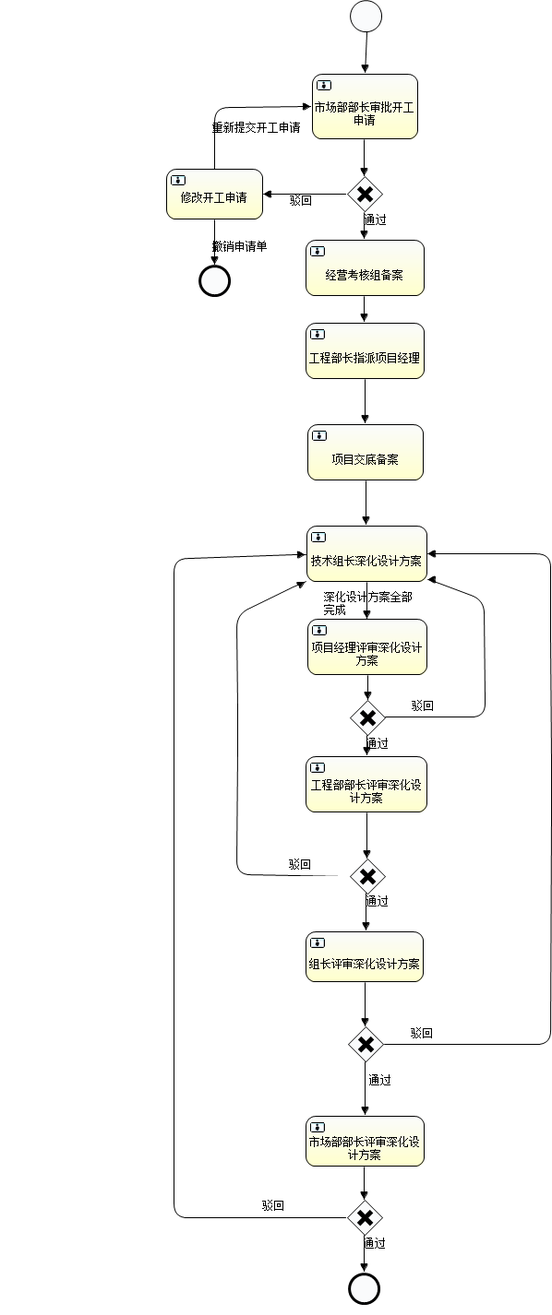
Before: src/main/resources/diagrams/StartProcess.png, a diagram exported from BPMN (puma0/Huayu). Its source is kept beside it as src/main/resources/diagrams/StartProcess.bpmn. Ids are renumbered.
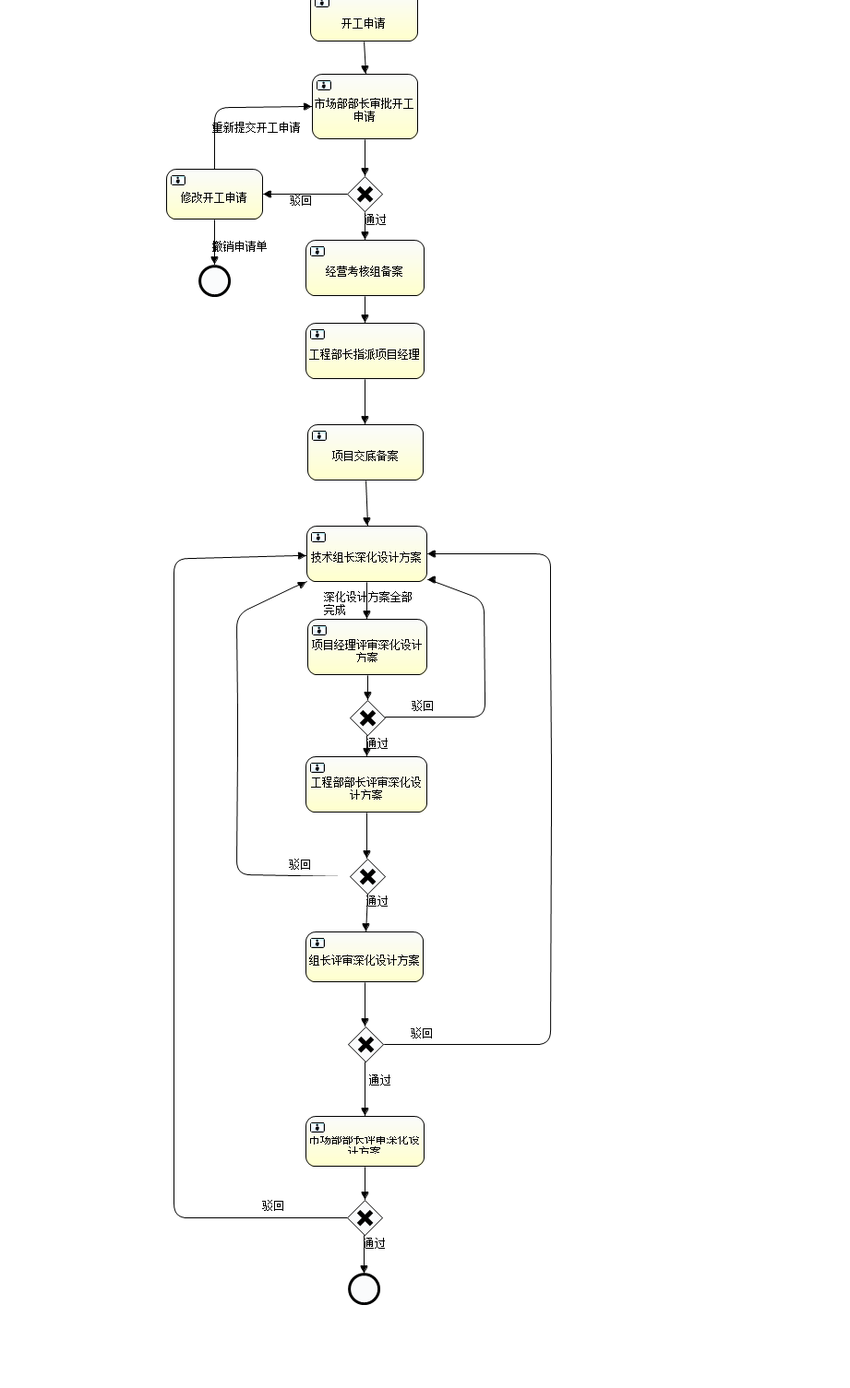
The same diagram one commit later.

Diff of the diagram source:
```diff
@@ -16,7 +16,6 @@
     <userTask id="usertask10" name="市场部部长评审深化设计方案"></userTask>
     <exclusiveGateway id="exclusivegateway4" name="Exclusive Gateway"></exclusiveGateway>
     <endEvent id="endevent1" name="End"></endEvent>
-    <sequenceFlow id="flow1" sourceRef="startevent1" targetRef="usertask1"></sequenceFlow>
     <sequenceFlow id="flow2" sourceRef="usertask1" targetRef="exclusivegateway1"></sequenceFlow>
     <sequenceFlow id="flow3" name="通过" sourceRef="exclusivegateway1" targetRef="usertask3"></sequenceFlow>
     <sequenceFlow id="flow4" sourceRef="usertask3" targetRef="usertask4"></sequenceFlow>
@@ -40,204 +39,214 @@
     <sequenceFlow id="flow21" name="驳回" sourceRef="exclusivegateway2" targetRef="usertask6"></sequenceFlow>
     <sequenceFlow id="flow22" name="驳回" sourceRef="exclusivegateway3" targetRef="usertask6"></sequenceFlow>
     <sequenceFlow id="flow23" name="驳回" sourceRef="exclusivegateway4" targetRef="usertask6"></sequenceFlow>
+    <userTask id="start" name="开工申请" activiti:assignee="${inputUser}"></userTask>
+    <sequenceFlow id="flow24" sourceRef="startevent1" targetRef="start"></sequenceFlow>
+    <sequenceFlow id="flow25" sourceRef="start" targetRef="usertask1"></sequenceFlow>
   </process>
   <bpmndi:BPMNDiagram id="BPMNDiagram_myProcess">
     <bpmndi:BPMNPlane bpmnElement="myProcess" id="BPMNPlane_myProcess">
       <bpmndi:BPMNShape bpmnElement="startevent1" id="BPMNShape_startevent1">
-        <omgdc:Bounds height="35.0" width="35.0" x="379.0" y="0.0"></omgdc:Bounds>
+        <omgdc:Bounds height="35.0" width="35.0" x="377.0" y="1.0"></omgdc:Bounds>
       </bpmndi:BPMNShape>
       <bpmndi:BPMNShape bpmnElement="usertask1" id="BPMNShape_usertask1">
-        <omgdc:Bounds height="71.0" width="115.0" x="338.0" y="80.0"></omgdc:Bounds>
+        <omgdc:Bounds height="71.0" width="115.0" x="338.0" y="161.0"></omgdc:Bounds>
       </bpmndi:BPMNShape>
       <bpmndi:BPMNShape bpmnElement="usertask2" id="BPMNShape_usertask2">
-        <omgdc:Bounds height="55.0" width="105.0" x="180.0" y="183.0"></omgdc:Bounds>
+        <omgdc:Bounds height="55.0" width="105.0" x="180.0" y="264.0"></omgdc:Bounds>
       </bpmndi:BPMNShape>
       <bpmndi:BPMNShape bpmnElement="exclusivegateway1" id="BPMNShape_exclusivegateway1">
-        <omgdc:Bounds height="40.0" width="40.0" x="375.0" y="190.0"></omgdc:Bounds>
+        <omgdc:Bounds height="40.0" width="40.0" x="375.0" y="271.0"></omgdc:Bounds>
       </bpmndi:BPMNShape>
       <bpmndi:BPMNShape bpmnElement="usertask3" id="BPMNShape_usertask3">
-        <omgdc:Bounds height="61.0" width="129.0" x="331.0" y="260.0"></omgdc:Bounds>
+        <omgdc:Bounds height="61.0" width="129.0" x="331.0" y="341.0"></omgdc:Bounds>
       </bpmndi:BPMNShape>
       <bpmndi:BPMNShape bpmnElement="usertask4" id="BPMNShape_usertask4">
-        <omgdc:Bounds height="61.0" width="129.0" x="331.0" y="350.0"></omgdc:Bounds>
+        <omgdc:Bounds height="61.0" width="129.0" x="331.0" y="431.0"></omgdc:Bounds>
       </bpmndi:BPMNShape>
       <bpmndi:BPMNShape bpmnElement="usertask5" id="BPMNShape_usertask5">
-        <omgdc:Bounds height="61.0" width="126.0" x="333.0" y="460.0"></omgdc:Bounds>
+        <omgdc:Bounds height="61.0" width="126.0" x="333.0" y="541.0"></omgdc:Bounds>
       </bpmndi:BPMNShape>
       <bpmndi:BPMNShape bpmnElement="usertask6" id="BPMNShape_usertask6">
-        <omgdc:Bounds height="61.0" width="131.0" x="332.0" y="570.0"></omgdc:Bounds>
+        <omgdc:Bounds height="61.0" width="131.0" x="332.0" y="651.0"></omgdc:Bounds>
       </bpmndi:BPMNShape>
       <bpmndi:BPMNShape bpmnElement="usertask7" id="BPMNShape_usertask7">
-        <omgdc:Bounds height="61.0" width="130.0" x="333.0" y="671.0"></omgdc:Bounds>
+        <omgdc:Bounds height="61.0" width="130.0" x="333.0" y="752.0"></omgdc:Bounds>
       </bpmndi:BPMNShape>
       <bpmndi:BPMNShape bpmnElement="usertask8" id="BPMNShape_usertask8">
-        <omgdc:Bounds height="61.0" width="132.0" x="331.0" y="820.0"></omgdc:Bounds>
+        <omgdc:Bounds height="61.0" width="132.0" x="331.0" y="901.0"></omgdc:Bounds>
       </bpmndi:BPMNShape>
       <bpmndi:BPMNShape bpmnElement="exclusivegateway2" id="BPMNShape_exclusivegateway2">
-        <omgdc:Bounds height="40.0" width="40.0" x="378.0" y="930.0"></omgdc:Bounds>
+        <omgdc:Bounds height="40.0" width="40.0" x="378.0" y="1011.0"></omgdc:Bounds>
       </bpmndi:BPMNShape>
       <bpmndi:BPMNShape bpmnElement="usertask9" id="BPMNShape_usertask9">
-        <omgdc:Bounds height="55.0" width="128.0" x="331.0" y="1010.0"></omgdc:Bounds>
+        <omgdc:Bounds height="55.0" width="128.0" x="331.0" y="1091.0"></omgdc:Bounds>
       </bpmndi:BPMNShape>
       <bpmndi:BPMNShape bpmnElement="exclusivegateway3" id="BPMNShape_exclusivegateway3">
-        <omgdc:Bounds height="40.0" width="40.0" x="376.0" y="1112.0"></omgdc:Bounds>
+        <omgdc:Bounds height="40.0" width="40.0" x="376.0" y="1193.0"></omgdc:Bounds>
       </bpmndi:BPMNShape>
       <bpmndi:BPMNShape bpmnElement="usertask10" id="BPMNShape_usertask10">
-        <omgdc:Bounds height="55.0" width="129.0" x="331.0" y="1210.0"></omgdc:Bounds>
+        <omgdc:Bounds height="55.0" width="129.0" x="331.0" y="1291.0"></omgdc:Bounds>
       </bpmndi:BPMNShape>
       <bpmndi:BPMNShape bpmnElement="exclusivegateway4" id="BPMNShape_exclusivegateway4">
-        <omgdc:Bounds height="40.0" width="40.0" x="375.0" y="1300.0"></omgdc:Bounds>
+        <omgdc:Bounds height="40.0" width="40.0" x="375.0" y="1381.0"></omgdc:Bounds>
       </bpmndi:BPMNShape>
       <bpmndi:BPMNShape bpmnElement="endevent1" id="BPMNShape_endevent1">
-        <omgdc:Bounds height="35.0" width="35.0" x="377.0" y="1380.0"></omgdc:Bounds>
+        <omgdc:Bounds height="35.0" width="35.0" x="377.0" y="1461.0"></omgdc:Bounds>
       </bpmndi:BPMNShape>
       <bpmndi:BPMNShape bpmnElement="endevent2" id="BPMNShape_endevent2">
-        <omgdc:Bounds height="35.0" width="35.0" x="215.0" y="287.0"></omgdc:Bounds>
+        <omgdc:Bounds height="35.0" width="35.0" x="215.0" y="368.0"></omgdc:Bounds>
       </bpmndi:BPMNShape>
       <bpmndi:BPMNShape bpmnElement="exclusivegateway5" id="BPMNShape_exclusivegateway5">
-        <omgdc:Bounds height="40.0" width="40.0" x="378.0" y="758.0"></omgdc:Bounds>
+        <omgdc:Bounds height="40.0" width="40.0" x="378.0" y="839.0"></omgdc:Bounds>
       </bpmndi:BPMNShape>
-      <bpmndi:BPMNEdge bpmnElement="flow1" id="BPMNEdge_flow1">
-        <omgdi:waypoint x="396.0" y="35.0"></omgdi:waypoint>
-        <omgdi:waypoint x="395.0" y="80.0"></omgdi:waypoint>
-      </bpmndi:BPMNEdge>
+      <bpmndi:BPMNShape bpmnElement="start" id="BPMNShape_start">
+        <omgdc:Bounds height="55.0" width="117.0" x="336.0" y="71.0"></omgdc:Bounds>
+      </bpmndi:BPMNShape>
       <bpmndi:BPMNEdge bpmnElement="flow2" id="BPMNEdge_flow2">
-        <omgdi:waypoint x="395.0" y="151.0"></omgdi:waypoint>
-        <omgdi:waypoint x="395.0" y="190.0"></omgdi:waypoint>
+        <omgdi:waypoint x="395.0" y="232.0"></omgdi:waypoint>
+        <omgdi:waypoint x="395.0" y="271.0"></omgdi:waypoint>
       </bpmndi:BPMNEdge>
       <bpmndi:BPMNEdge bpmnElement="flow3" id="BPMNEdge_flow3">
-        <omgdi:waypoint x="395.0" y="230.0"></omgdi:waypoint>
-        <omgdi:waypoint x="395.0" y="260.0"></omgdi:waypoint>
+        <omgdi:waypoint x="395.0" y="311.0"></omgdi:waypoint>
+        <omgdi:waypoint x="395.0" y="341.0"></omgdi:waypoint>
         <bpmndi:BPMNLabel>
-          <omgdc:Bounds height="14.0" width="100.0" x="395.0" y="230.0"></omgdc:Bounds>
+          <omgdc:Bounds height="14.0" width="24.0" x="395.0" y="311.0"></omgdc:Bounds>
         </bpmndi:BPMNLabel>
       </bpmndi:BPMNEdge>
       <bpmndi:BPMNEdge bpmnElement="flow4" id="BPMNEdge_flow4">
-        <omgdi:waypoint x="395.0" y="321.0"></omgdi:waypoint>
-        <omgdi:waypoint x="395.0" y="350.0"></omgdi:waypoint>
+        <omgdi:waypoint x="395.0" y="402.0"></omgdi:waypoint>
+        <omgdi:waypoint x="395.0" y="431.0"></omgdi:waypoint>
       </bpmndi:BPMNEdge>
       <bpmndi:BPMNEdge bpmnElement="flow5" id="BPMNEdge_flow5">
-        <omgdi:waypoint x="395.0" y="411.0"></omgdi:waypoint>
-        <omgdi:waypoint x="396.0" y="460.0"></omgdi:waypoint>
+        <omgdi:waypoint x="395.0" y="492.0"></omgdi:waypoint>
+        <omgdi:waypoint x="396.0" y="541.0"></omgdi:waypoint>
       </bpmndi:BPMNEdge>
       <bpmndi:BPMNEdge bpmnElement="flow6" id="BPMNEdge_flow6">
-        <omgdi:waypoint x="396.0" y="521.0"></omgdi:waypoint>
-        <omgdi:waypoint x="397.0" y="570.0"></omgdi:waypoint>
+        <omgdi:waypoint x="396.0" y="602.0"></omgdi:waypoint>
+        <omgdi:waypoint x="397.0" y="651.0"></omgdi:waypoint>
       </bpmndi:BPMNEdge>
       <bpmndi:BPMNEdge bpmnElement="flow7" id="BPMNEdge_flow7">
-        <omgdi:waypoint x="397.0" y="631.0"></omgdi:waypoint>
-        <omgdi:waypoint x="398.0" y="671.0"></omgdi:waypoint>
+        <omgdi:waypoint x="397.0" y="712.0"></omgdi:waypoint>
+        <omgdi:waypoint x="398.0" y="752.0"></omgdi:waypoint>
         <bpmndi:BPMNLabel>
-          <omgdc:Bounds height="42.0" width="100.0" x="351.0" y="639.0"></omgdc:Bounds>
+          <omgdc:Bounds height="42.0" width="100.0" x="351.0" y="720.0"></omgdc:Bounds>
         </bpmndi:BPMNLabel>
       </bpmndi:BPMNEdge>
       <bpmndi:BPMNEdge bpmnElement="flow9" id="BPMNEdge_flow9">
-        <omgdi:waypoint x="397.0" y="881.0"></omgdi:waypoint>
-        <omgdi:waypoint x="398.0" y="930.0"></omgdi:waypoint>
+        <omgdi:waypoint x="397.0" y="962.0"></omgdi:waypoint>
+        <omgdi:waypoint x="398.0" y="1011.0"></omgdi:waypoint>
       </bpmndi:BPMNEdge>
       <bpmndi:BPMNEdge bpmnElement="flow10" id="BPMNEdge_flow10">
-        <omgdi:waypoint x="398.0" y="970.0"></omgdi:waypoint>
-        <omgdi:waypoint x="395.0" y="1010.0"></omgdi:waypoint>
+        <omgdi:waypoint x="398.0" y="1051.0"></omgdi:waypoint>
+        <omgdi:waypoint x="395.0" y="1091.0"></omgdi:waypoint>
         <bpmndi:BPMNLabel>
-          <omgdc:Bounds height="14.0" width="100.0" x="398.0" y="970.0"></omgdc:Bounds>
+          <omgdc:Bounds height="14.0" width="24.0" x="398.0" y="1051.0"></omgdc:Bounds>
         </bpmndi:BPMNLabel>
       </bpmndi:BPMNEdge>
       <bpmndi:BPMNEdge bpmnElement="flow11" id="BPMNEdge_flow11">
-        <omgdi:waypoint x="395.0" y="1065.0"></omgdi:waypoint>
-        <omgdi:waypoint x="396.0" y="1112.0"></omgdi:waypoint>
+        <omgdi:waypoint x="395.0" y="1146.0"></omgdi:waypoint>
+        <omgdi:waypoint x="396.0" y="1193.0"></omgdi:waypoint>
       </bpmndi:BPMNEdge>
       <bpmndi:BPMNEdge bpmnElement="flow12" id="BPMNEdge_flow12">
-        <omgdi:waypoint x="396.0" y="1152.0"></omgdi:waypoint>
-        <omgdi:waypoint x="395.0" y="1210.0"></omgdi:waypoint>
+        <omgdi:waypoint x="396.0" y="1233.0"></omgdi:waypoint>
+        <omgdi:waypoint x="395.0" y="1291.0"></omgdi:waypoint>
         <bpmndi:BPMNLabel>
-          <omgdc:Bounds height="14.0" width="100.0" x="401.0" y="1163.0"></omgdc:Bounds>
+          <omgdc:Bounds height="14.0" width="24.0" x="401.0" y="1244.0"></omgdc:Bounds>
         </bpmndi:BPMNLabel>
       </bpmndi:BPMNEdge>
       <bpmndi:BPMNEdge bpmnElement="flow13" id="BPMNEdge_flow13">
-        <omgdi:waypoint x="395.0" y="1265.0"></omgdi:waypoint>
-        <omgdi:waypoint x="395.0" y="1300.0"></omgdi:waypoint>
+        <omgdi:waypoint x="395.0" y="1346.0"></omgdi:waypoint>
+        <omgdi:waypoint x="395.0" y="1381.0"></omgdi:waypoint>
       </bpmndi:BPMNEdge>
       <bpmndi:BPMNEdge bpmnElement="flow14" id="BPMNEdge_flow14">
-        <omgdi:waypoint x="395.0" y="1340.0"></omgdi:waypoint>
-        <omgdi:waypoint x="394.0" y="1380.0"></omgdi:waypoint>
+        <omgdi:waypoint x="395.0" y="1421.0"></omgdi:waypoint>
+        <omgdi:waypoint x="394.0" y="1461.0"></omgdi:waypoint>
         <bpmndi:BPMNLabel>
-          <omgdc:Bounds height="14.0" width="100.0" x="395.0" y="1340.0"></omgdc:Bounds>
+          <omgdc:Bounds height="14.0" width="24.0" x="395.0" y="1421.0"></omgdc:Bounds>
         </bpmndi:BPMNLabel>
       </bpmndi:BPMNEdge>
       <bpmndi:BPMNEdge bpmnElement="flow15" id="BPMNEdge_flow15">
-        <omgdi:waypoint x="375.0" y="210.0"></omgdi:waypoint>
-        <omgdi:waypoint x="285.0" y="210.0"></omgdi:waypoint>
+        <omgdi:waypoint x="375.0" y="291.0"></omgdi:waypoint>
+        <omgdi:waypoint x="285.0" y="291.0"></omgdi:waypoint>
         <bpmndi:BPMNLabel>
-          <omgdc:Bounds height="14.0" width="100.0" x="315.0" y="210.0"></omgdc:Bounds>
+          <omgdc:Bounds height="14.0" width="24.0" x="315.0" y="291.0"></omgdc:Bounds>
         </bpmndi:BPMNLabel>
       </bpmndi:BPMNEdge>
       <bpmndi:BPMNEdge bpmnElement="flow16" id="BPMNEdge_flow16">
-        <omgdi:waypoint x="232.0" y="183.0"></omgdi:waypoint>
-        <omgdi:waypoint x="232.0" y="116.0"></omgdi:waypoint>
-        <omgdi:waypoint x="338.0" y="115.0"></omgdi:waypoint>
+        <omgdi:waypoint x="232.0" y="264.0"></omgdi:waypoint>
+        <omgdi:waypoint x="232.0" y="197.0"></omgdi:waypoint>
+        <omgdi:waypoint x="338.0" y="196.0"></omgdi:waypoint>
         <bpmndi:BPMNLabel>
-          <omgdc:Bounds height="42.0" width="100.0" x="230.0" y="132.0"></omgdc:Bounds>
+          <omgdc:Bounds height="14.0" width="96.0" x="230.0" y="213.0"></omgdc:Bounds>
         </bpmndi:BPMNLabel>
       </bpmndi:BPMNEdge>
       <bpmndi:BPMNEdge bpmnElement="flow17" id="BPMNEdge_flow17">
-        <omgdi:waypoint x="232.0" y="238.0"></omgdi:waypoint>
-        <omgdi:waypoint x="232.0" y="287.0"></omgdi:waypoint>
+        <omgdi:waypoint x="232.0" y="319.0"></omgdi:waypoint>
+        <omgdi:waypoint x="232.0" y="368.0"></omgdi:waypoint>
         <bpmndi:BPMNLabel>
-          <omgdc:Bounds height="14.0" width="100.0" x="230.0" y="259.0"></omgdc:Bounds>
+          <omgdc:Bounds height="14.0" width="60.0" x="230.0" y="340.0"></omgdc:Bounds>
         </bpmndi:BPMNLabel>
       </bpmndi:BPMNEdge>
       <bpmndi:BPMNEdge bpmnElement="flow18" id="BPMNEdge_flow18">
-        <omgdi:waypoint x="398.0" y="732.0"></omgdi:waypoint>
-        <omgdi:waypoint x="398.0" y="758.0"></omgdi:waypoint>
+        <omgdi:waypoint x="398.0" y="813.0"></omgdi:waypoint>
+        <omgdi:waypoint x="398.0" y="839.0"></omgdi:waypoint>
       </bpmndi:BPMNEdge>
       <bpmndi:BPMNEdge bpmnElement="flow19" id="BPMNEdge_flow19">
-        <omgdi:waypoint x="398.0" y="798.0"></omgdi:waypoint>
-        <omgdi:waypoint x="397.0" y="820.0"></omgdi:waypoint>
+        <omgdi:waypoint x="398.0" y="879.0"></omgdi:waypoint>
+        <omgdi:waypoint x="397.0" y="901.0"></omgdi:waypoint>
         <bpmndi:BPMNLabel>
-          <omgdc:Bounds height="14.0" width="100.0" x="398.0" y="798.0"></omgdc:Bounds>
+          <omgdc:Bounds height="14.0" width="24.0" x="398.0" y="879.0"></omgdc:Bounds>
         </bpmndi:BPMNLabel>
       </bpmndi:BPMNEdge>
       <bpmndi:BPMNEdge bpmnElement="flow20" id="BPMNEdge_flow20">
-        <omgdi:waypoint x="418.0" y="778.0"></omgdi:waypoint>
-        <omgdi:waypoint x="525.0" y="777.0"></omgdi:waypoint>
-        <omgdi:waypoint x="524.0" y="650.0"></omgdi:waypoint>
-        <omgdi:waypoint x="464.0" y="628.0"></omgdi:waypoint>
-        <omgdi:waypoint x="463.0" y="600.0"></omgdi:waypoint>
+        <omgdi:waypoint x="418.0" y="859.0"></omgdi:waypoint>
+        <omgdi:waypoint x="525.0" y="858.0"></omgdi:waypoint>
+        <omgdi:waypoint x="524.0" y="731.0"></omgdi:waypoint>
+        <omgdi:waypoint x="464.0" y="709.0"></omgdi:waypoint>
+        <omgdi:waypoint x="463.0" y="681.0"></omgdi:waypoint>
         <bpmndi:BPMNLabel>
-          <omgdc:Bounds height="14.0" width="100.0" x="445.0" y="759.0"></omgdc:Bounds>
+          <omgdc:Bounds height="14.0" width="24.0" x="445.0" y="840.0"></omgdc:Bounds>
         </bpmndi:BPMNLabel>
       </bpmndi:BPMNEdge>
       <bpmndi:BPMNEdge bpmnElement="flow21" id="BPMNEdge_flow21">
-        <omgdi:waypoint x="378.0" y="950.0"></omgdi:waypoint>
-        <omgdi:waypoint x="256.0" y="948.0"></omgdi:waypoint>
-        <omgdi:waypoint x="257.0" y="789.0"></omgdi:waypoint>
-        <omgdi:waypoint x="256.0" y="665.0"></omgdi:waypoint>
-        <omgdi:waypoint x="397.0" y="631.0"></omgdi:waypoint>
+        <omgdi:waypoint x="378.0" y="1031.0"></omgdi:waypoint>
+        <omgdi:waypoint x="256.0" y="1029.0"></omgdi:waypoint>
+        <omgdi:waypoint x="257.0" y="870.0"></omgdi:waypoint>
+        <omgdi:waypoint x="256.0" y="746.0"></omgdi:waypoint>
+        <omgdi:waypoint x="397.0" y="712.0"></omgdi:waypoint>
         <bpmndi:BPMNLabel>
-          <omgdc:Bounds height="14.0" width="100.0" x="314.0" y="931.0"></omgdc:Bounds>
+          <omgdc:Bounds height="14.0" width="24.0" x="314.0" y="1012.0"></omgdc:Bounds>
         </bpmndi:BPMNLabel>
       </bpmndi:BPMNEdge>
       <bpmndi:BPMNEdge bpmnElement="flow22" id="BPMNEdge_flow22">
-        <omgdi:waypoint x="416.0" y="1132.0"></omgdi:waypoint>
-        <omgdi:waypoint x="596.0" y="1132.0"></omgdi:waypoint>
-        <omgdi:waypoint x="597.0" y="849.0"></omgdi:waypoint>
+        <omgdi:waypoint x="416.0" y="1213.0"></omgdi:waypoint>
+        <omgdi:waypoint x="596.0" y="1213.0"></omgdi:waypoint>
+        <omgdi:waypoint x="597.0" y="930.0"></omgdi:waypoint>
+        <omgdi:waypoint x="596.0" y="762.0"></omgdi:waypoint>
         <omgdi:waypoint x="596.0" y="681.0"></omgdi:waypoint>
-        <omgdi:waypoint x="596.0" y="600.0"></omgdi:waypoint>
-        <omgdi:waypoint x="463.0" y="600.0"></omgdi:waypoint>
+        <omgdi:waypoint x="463.0" y="681.0"></omgdi:waypoint>
         <bpmndi:BPMNLabel>
-          <omgdc:Bounds height="14.0" width="100.0" x="444.0" y="1113.0"></omgdc:Bounds>
+          <omgdc:Bounds height="14.0" width="24.0" x="444.0" y="1194.0"></omgdc:Bounds>
         </bpmndi:BPMNLabel>
       </bpmndi:BPMNEdge>
       <bpmndi:BPMNEdge bpmnElement="flow23" id="BPMNEdge_flow23">
-        <omgdi:waypoint x="375.0" y="1320.0"></omgdi:waypoint>
-        <omgdi:waypoint x="188.0" y="1320.0"></omgdi:waypoint>
-        <omgdi:waypoint x="188.0" y="1106.0"></omgdi:waypoint>
-        <omgdi:waypoint x="188.0" y="900.0"></omgdi:waypoint>
-        <omgdi:waypoint x="188.0" y="605.0"></omgdi:waypoint>
-        <omgdi:waypoint x="332.0" y="600.0"></omgdi:waypoint>
+        <omgdi:waypoint x="375.0" y="1401.0"></omgdi:waypoint>
+        <omgdi:waypoint x="188.0" y="1401.0"></omgdi:waypoint>
+        <omgdi:waypoint x="188.0" y="1187.0"></omgdi:waypoint>
+        <omgdi:waypoint x="188.0" y="981.0"></omgdi:waypoint>
+        <omgdi:waypoint x="188.0" y="686.0"></omgdi:waypoint>
+        <omgdi:waypoint x="332.0" y="681.0"></omgdi:waypoint>
         <bpmndi:BPMNLabel>
-          <omgdc:Bounds height="14.0" width="100.0" x="285.0" y="1300.0"></omgdc:Bounds>
+          <omgdc:Bounds height="14.0" width="24.0" x="285.0" y="1381.0"></omgdc:Bounds>
         </bpmndi:BPMNLabel>
+      </bpmndi:BPMNEdge>
+      <bpmndi:BPMNEdge bpmnElement="flow24" id="BPMNEdge_flow24">
+        <omgdi:waypoint x="394.0" y="36.0"></omgdi:waypoint>
+        <omgdi:waypoint x="394.0" y="71.0"></omgdi:waypoint>
+      </bpmndi:BPMNEdge>
+      <bpmndi:BPMNEdge bpmnElement="flow25" id="BPMNEdge_flow25">
+        <omgdi:waypoint x="394.0" y="126.0"></omgdi:waypoint>
+        <omgdi:waypoint x="395.0" y="161.0"></omgdi:waypoint>
       </bpmndi:BPMNEdge>
     </bpmndi:BPMNPlane>
   </bpmndi:BPMNDiagram>
```
